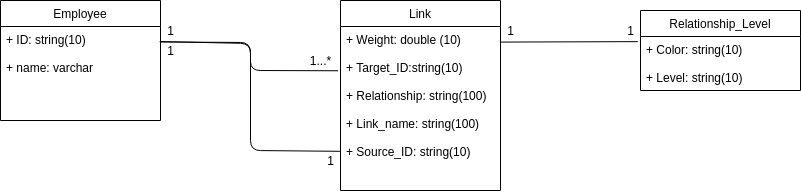
The draw.io diagram ER.png in trkhoi/Modeling, before a commit. Source tidied: cells renumbered, new cells last; positions are measured from the earlier drawing's top-left corner, leaving out a move shared by most shapes.
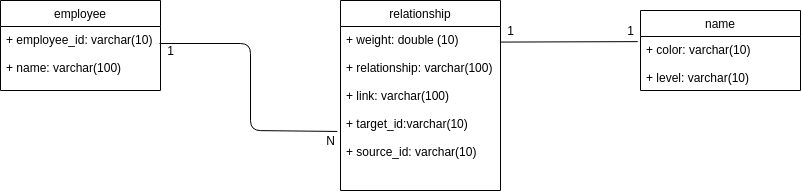
After the change.

The edit, as a diff of the source:
```diff
@@ -2,16 +2,10 @@
   <root>
     <mxCell id="0" />
     <mxCell id="1" parent="0" />
-    <mxCell id="2" value="1" style="text;html=1;align=center;verticalAlign=middle;" parent="1" vertex="1">
-      <mxGeometry x="160" y="20" width="20" height="20" as="geometry" />
-    </mxCell>
-    <mxCell id="3" value="1...*" style="text;html=1;align=center;verticalAlign=middle;" parent="1" vertex="1">
-      <mxGeometry x="300" y="50" width="40" height="20" as="geometry" />
-    </mxCell>
-    <mxCell id="4" value="Link" style="swimlane;fontStyle=0;horizontal=1;startSize=26;fillColor=none;" parent="1" vertex="1">
+    <mxCell id="4" value="relationship" style="swimlane;fontStyle=0;horizontal=1;startSize=26;fillColor=none;" parent="1" vertex="1">
       <mxGeometry x="340" width="160" height="190" as="geometry" />
     </mxCell>
-    <mxCell id="5" value="+ Weight: double (10)&#10;&#10;+ Target_ID:string(10)&#10;&#10;+ Relationship: string(100)&#10;&#10;+ Link_name: string(100)&#10;&#10;+ Source_ID: string(10)&#10;" style="text;strokeColor=none;fillColor=none;align=left;verticalAlign=top;spacingLeft=4;spacingRight=4;overflow=hidden;points=[[0,0.5],[1,0.5]];portConstraint=eastwest;" parent="4" vertex="1">
+    <mxCell id="5" value="+ weight: double (10)&#10;&#10;+ relationship: varchar(100)&#10;&#10;+ link: varchar(100)&#10;&#10;+ target_id:varchar(10)&#10;&#10;+ source_id: varchar(10)&#10;" style="text;strokeColor=none;fillColor=none;align=left;verticalAlign=top;spacingLeft=4;spacingRight=4;overflow=hidden;points=[[0,0.5],[1,0.5]];portConstraint=eastwest;" parent="4" vertex="1">
       <mxGeometry y="26" width="160" height="164" as="geometry" />
     </mxCell>
     <mxCell id="6" style="endArrow=none;html=1;exitX=0.996;exitY=0.095;exitDx=0;exitDy=0;exitPerimeter=0;entryX=-0.017;entryY=0.095;entryDx=0;entryDy=0;entryPerimeter=0;" parent="1" edge="1" source="5" target="10">
@@ -23,39 +17,32 @@
     <mxCell id="8" value="1" style="text;html=1;align=center;verticalAlign=middle;" parent="1" vertex="1">
       <mxGeometry x="620" y="20" width="20" height="20" as="geometry" />
     </mxCell>
-    <mxCell id="9" value="Relationship_Level" style="swimlane;fontStyle=0;horizontal=1;startSize=26;fillColor=none;" parent="1" vertex="1">
+    <mxCell id="9" value="name" style="swimlane;fontStyle=0;horizontal=1;startSize=26;fillColor=none;" parent="1" vertex="1">
       <mxGeometry x="640" y="10" width="160" height="80" as="geometry" />
     </mxCell>
-    <mxCell id="10" value="+ Color: string(10)&#10;&#10;+ Level: string(10)&#10;" style="text;strokeColor=none;fillColor=none;align=left;verticalAlign=top;spacingLeft=4;spacingRight=4;overflow=hidden;points=[[0,0.5],[1,0.5]];portConstraint=eastwest;" parent="9" vertex="1">
+    <mxCell id="10" value="+ color: varchar(10)&#10;&#10;+ level: varchar(10)&#10;" style="text;strokeColor=none;fillColor=none;align=left;verticalAlign=top;spacingLeft=4;spacingRight=4;overflow=hidden;points=[[0,0.5],[1,0.5]];portConstraint=eastwest;" parent="9" vertex="1">
       <mxGeometry y="26" width="160" height="54" as="geometry" />
     </mxCell>
-    <mxCell id="11" value="Employee" style="swimlane;fontStyle=0;horizontal=1;startSize=26;fillColor=none;" parent="1" vertex="1">
-      <mxGeometry width="160" height="120" as="geometry" />
+    <mxCell id="11" value="employee" style="swimlane;fontStyle=0;horizontal=1;startSize=26;fillColor=none;" parent="1" vertex="1">
+      <mxGeometry width="160" height="90" as="geometry" />
     </mxCell>
-    <mxCell id="12" value="+ ID: string(10)&#10;&#10;+ name: varchar" style="text;strokeColor=none;fillColor=none;align=left;verticalAlign=top;spacingLeft=4;spacingRight=4;overflow=hidden;points=[[0,0.5],[1,0.5]];portConstraint=eastwest;" parent="11" vertex="1">
-      <mxGeometry y="26" width="160" height="94" as="geometry" />
+    <mxCell id="12" value="+ employee_id: varchar(10)&#10;&#10;+ name: varchar(100)&#10;&#10;" style="text;strokeColor=none;fillColor=none;align=left;verticalAlign=top;spacingLeft=4;spacingRight=4;overflow=hidden;points=[[0,0.5],[1,0.5]];portConstraint=eastwest;" parent="11" vertex="1">
+      <mxGeometry y="26" width="160" height="64" as="geometry" />
     </mxCell>
-    <mxCell id="13" style="endArrow=none;html=1;exitX=0.996;exitY=0.165;exitDx=0;exitDy=0;exitPerimeter=0;entryX=-0.015;entryY=0.27;entryDx=0;entryDy=0;entryPerimeter=0;" parent="1" edge="1" source="12" target="5">
-      <mxGeometry relative="1" as="geometry">
-        <Array as="points">
-          <mxPoint x="250" y="42" />
-          <mxPoint x="250" y="70" />
-        </Array>
-      </mxGeometry>
-    </mxCell>
-    <mxCell id="14" style="endArrow=none;html=1;exitX=-0.037;exitY=0.053;exitDx=0;exitDy=0;exitPerimeter=0;entryX=-0.004;entryY=0.761;entryDx=0;entryDy=0;entryPerimeter=0;" parent="1" edge="1" source="15" target="5">
+    <mxCell id="14" style="endArrow=none;html=1;entryX=-0.02;entryY=0.64;entryDx=0;entryDy=0;entryPerimeter=0;" parent="1" edge="1" target="5">
       <mxGeometry relative="1" as="geometry">
+        <mxPoint x="159" y="43" as="sourcePoint" />
         <Array as="points">
           <mxPoint x="250" y="43" />
-          <mxPoint x="250" y="150" />
+          <mxPoint x="250" y="130" />
         </Array>
       </mxGeometry>
     </mxCell>
+    <mxCell id="16" value="N" style="text;html=1;align=center;verticalAlign=middle;" parent="1" vertex="1">
+      <mxGeometry x="320" y="130" width="20" height="20" as="geometry" />
+    </mxCell>
     <mxCell id="15" value="1" style="text;html=1;align=center;verticalAlign=middle;points=[];" parent="1" vertex="1">
       <mxGeometry x="160" y="40" width="20" height="20" as="geometry" />
     </mxCell>
-    <mxCell id="16" value="1" style="text;html=1;align=center;verticalAlign=middle;" parent="1" vertex="1">
-      <mxGeometry x="320" y="150" width="20" height="20" as="geometry" />
-    </mxCell>
   </root>
 </mxGraphModel>
```
